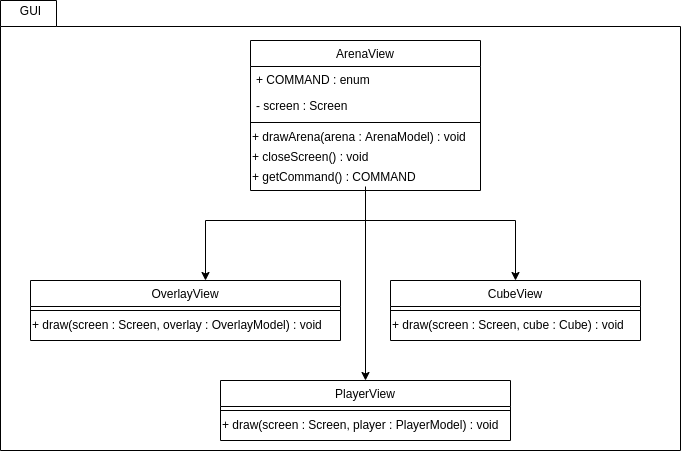
Earlier version of the draw.io export docs/media/gui_class.png (mdpcardoso/FEUP-LPOO). Source tidied: cells renumbered, new cells last; positions are measured from the earlier drawing's top-left corner, leaving out a move shared by most shapes.
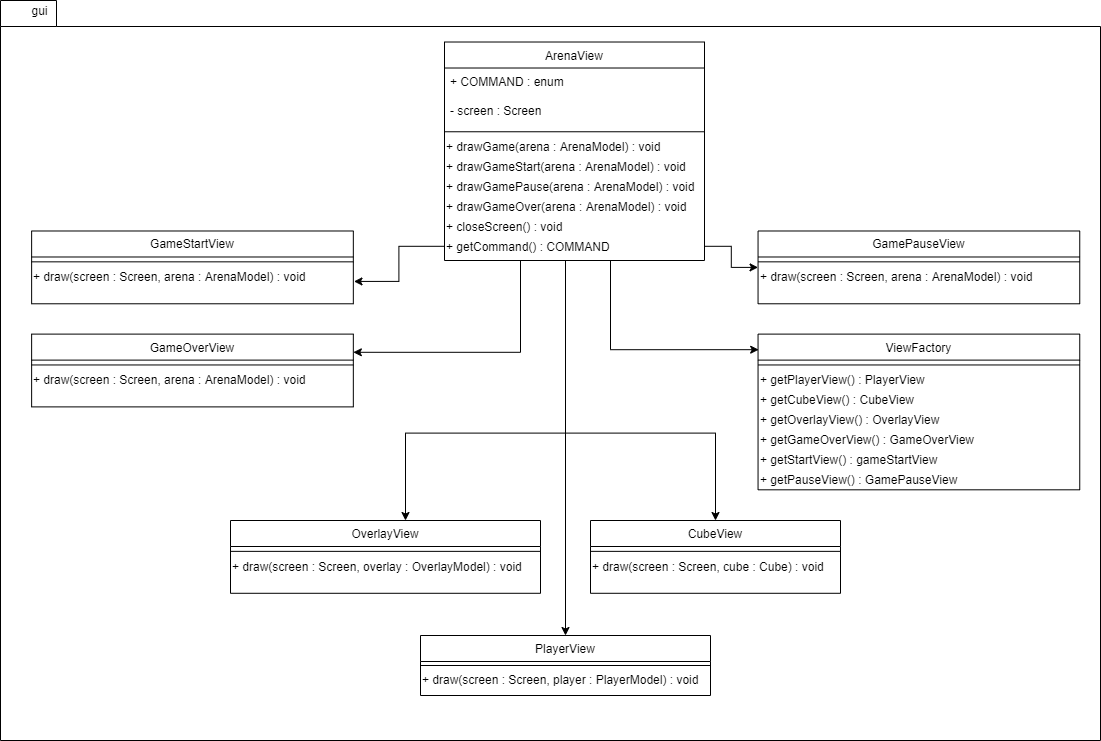
Later version of the same file.

Change to the diagram source:
```diff
@@ -1,42 +1,160 @@
 <mxGraphModel>
   <root>
-    <mxCell id="0" />
-    <mxCell id="1" parent="0" />
-    <mxCell id="2" style="shape=folder;fontStyle=1;spacingTop=10;tabWidth=56;tabHeight=26;tabPosition=left;html=1;" parent="1" vertex="1">
-      <mxGeometry width="680" height="450" as="geometry" />
-    </mxCell>
-    <mxCell id="3" value="GUI" style="text;html=1;align=center;verticalAlign=middle;" parent="2" vertex="1">
-      <mxGeometry x="10" width="40" height="20" as="geometry" />
-    </mxCell>
-    <mxCell id="4" style="edgeStyle=orthogonalEdgeStyle;rounded=0;jettySize=auto;html=1;" parent="1" edge="1" source="19" target="20">
-      <mxGeometry relative="1" as="geometry">
-        <Array as="points">
-          <mxPoint x="365" y="220" />
-          <mxPoint x="205" y="220" />
-        </Array>
-      </mxGeometry>
-    </mxCell>
+    <mxCell id="23" />
+    <mxCell id="24" parent="23" />
+    <mxCell id="25" style="shape=folder;fontStyle=1;spacingTop=10;tabWidth=56;tabHeight=26;tabPosition=left;html=1;" parent="24" vertex="1">
+      <mxGeometry x="-200" y="-255" width="1100" height="740" as="geometry" />
+    </mxCell>
+    <mxCell id="26" value="gui" style="text;html=1;align=center;verticalAlign=middle;" parent="25" vertex="1">
+      <mxGeometry x="24.3" width="30" height="20" as="geometry" />
+    </mxCell>
+    <mxCell id="13" value="ArenaView" style="swimlane;fontStyle=0;align=center;verticalAlign=top;horizontal=1;startSize=26;rounded=0;shadow=0;strokeWidth=1;" parent="25" vertex="1">
+      <mxGeometry x="444" y="41.5" width="260" height="218.5" as="geometry" />
+    </mxCell>
+    <mxCell id="14" value="+ COMMAND : enum" style="text;align=left;verticalAlign=top;spacingLeft=4;spacingRight=4;overflow=hidden;" parent="13" vertex="1">
+      <mxGeometry y="26" width="260" height="29.6" as="geometry" />
+    </mxCell>
+    <mxCell id="15" value="- screen : Screen" style="text;align=left;verticalAlign=top;spacingLeft=4;spacingRight=4;overflow=hidden;rounded=0;shadow=0;html=0;" parent="13" vertex="1">
+      <mxGeometry y="55.6" width="260" height="29.6" as="geometry" />
+    </mxCell>
+    <mxCell id="27" style="line;html=1;strokeWidth=1;align=left;verticalAlign=middle;spacingTop=-1;spacingLeft=3;spacingRight=3;labelPosition=right;" parent="13" vertex="1">
+      <mxGeometry y="85.2" width="260" height="9.1" as="geometry" />
+    </mxCell>
+    <mxCell id="28" value="+ drawGame(arena : ArenaModel) : void" style="text;html=1;align=left;verticalAlign=middle;" parent="13" vertex="1">
+      <mxGeometry y="94.3" width="260" height="20" as="geometry" />
+    </mxCell>
+    <mxCell id="29" value="+ drawGameStart(arena : ArenaModel) : void" style="text;html=1;align=left;verticalAlign=middle;" parent="13" vertex="1">
+      <mxGeometry y="114.3" width="260" height="20" as="geometry" />
+    </mxCell>
+    <mxCell id="30" value="+ drawGamePause(arena : ArenaModel) : void" style="text;html=1;align=left;verticalAlign=middle;" parent="13" vertex="1">
+      <mxGeometry y="134.3" width="260" height="20" as="geometry" />
+    </mxCell>
+    <mxCell id="31" value="+ drawGameOver(arena : ArenaModel) : void" style="text;html=1;align=left;verticalAlign=middle;" parent="13" vertex="1">
+      <mxGeometry y="154.3" width="260" height="20" as="geometry" />
+    </mxCell>
+    <mxCell id="18" value="+ closeScreen() : void" style="text;html=1;align=left;verticalAlign=middle;" parent="13" vertex="1">
+      <mxGeometry y="174.3" width="260" height="20" as="geometry" />
+    </mxCell>
+    <mxCell id="19" value="+ getCommand() : COMMAND" style="text;html=1;align=left;verticalAlign=middle;points=[];" parent="13" vertex="1">
+      <mxGeometry y="194.3" width="260" height="20" as="geometry" />
+    </mxCell>
+    <mxCell id="32" value="GamePauseView" style="swimlane;fontStyle=0;align=center;verticalAlign=top;horizontal=1;startSize=26;rounded=0;shadow=0;strokeWidth=1;" parent="25" vertex="1">
+      <mxGeometry x="757.5" y="230.5" width="321.7" height="72.8" as="geometry" />
+    </mxCell>
+    <mxCell id="33" style="line;html=1;strokeWidth=1;align=left;verticalAlign=middle;spacingTop=-1;spacingLeft=3;spacingRight=3;labelPosition=right;" parent="32" vertex="1">
+      <mxGeometry y="26" width="321.7" height="9.7" as="geometry" />
+    </mxCell>
+    <mxCell id="34" value="+ draw(screen : Screen, arena : ArenaModel) : void" style="text;html=1;align=left;verticalAlign=middle;" parent="32" vertex="1">
+      <mxGeometry y="35.7" width="321.7" height="20" as="geometry" />
+    </mxCell>
+    <mxCell id="35" value="GameStartView" style="swimlane;fontStyle=0;align=center;verticalAlign=top;horizontal=1;startSize=26;rounded=0;shadow=0;strokeWidth=1;" parent="25" vertex="1">
+      <mxGeometry x="31.1" y="230.5" width="321.7" height="72.8" as="geometry" />
+    </mxCell>
+    <mxCell id="36" style="line;html=1;strokeWidth=1;align=left;verticalAlign=middle;spacingTop=-1;spacingLeft=3;spacingRight=3;labelPosition=right;" parent="35" vertex="1">
+      <mxGeometry y="26" width="321.7" height="9.7" as="geometry" />
+    </mxCell>
+    <mxCell id="37" value="+ draw(screen : Screen, arena : ArenaModel) : void" style="text;html=1;align=left;verticalAlign=middle;points=[];" parent="35" vertex="1">
+      <mxGeometry y="35.7" width="321.7" height="20" as="geometry" />
+    </mxCell>
+    <mxCell id="38" value="ViewFactory" style="swimlane;fontStyle=0;align=center;verticalAlign=top;horizontal=1;startSize=26;rounded=0;shadow=0;strokeWidth=1;" parent="25" vertex="1">
+      <mxGeometry x="757.6" y="333.6" width="321.7" height="155.7" as="geometry" />
+    </mxCell>
+    <mxCell id="39" style="line;html=1;strokeWidth=1;align=left;verticalAlign=middle;spacingTop=-1;spacingLeft=3;spacingRight=3;labelPosition=right;" parent="38" vertex="1">
+      <mxGeometry y="26" width="321.7" height="9.7" as="geometry" />
+    </mxCell>
+    <mxCell id="40" value="+ getPlayerView() : PlayerView" style="text;html=1;align=left;verticalAlign=middle;" parent="38" vertex="1">
+      <mxGeometry y="35.7" width="321.7" height="20" as="geometry" />
+    </mxCell>
+    <mxCell id="41" value="+ getCubeView() : CubeView" style="text;html=1;align=left;verticalAlign=middle;" parent="38" vertex="1">
+      <mxGeometry y="55.7" width="321.7" height="20" as="geometry" />
+    </mxCell>
+    <mxCell id="42" value="+ getOverlayView() : OverlayView" style="text;html=1;align=left;verticalAlign=middle;" parent="38" vertex="1">
+      <mxGeometry y="75.7" width="321.7" height="20" as="geometry" />
+    </mxCell>
+    <mxCell id="43" value="+ getGameOverView() : GameOverView" style="text;html=1;align=left;verticalAlign=middle;" parent="38" vertex="1">
+      <mxGeometry y="95.7" width="321.7" height="20" as="geometry" />
+    </mxCell>
+    <mxCell id="44" value="+ getStartView() : gameStartView" style="text;html=1;align=left;verticalAlign=middle;" parent="38" vertex="1">
+      <mxGeometry y="115.7" width="321.7" height="20" as="geometry" />
+    </mxCell>
+    <mxCell id="45" value="+ getPauseView() : GamePauseView" style="text;html=1;align=left;verticalAlign=middle;" parent="38" vertex="1">
+      <mxGeometry y="135.7" width="321.7" height="20" as="geometry" />
+    </mxCell>
+    <mxCell id="46" value="GameOverView" style="swimlane;fontStyle=0;align=center;verticalAlign=top;horizontal=1;startSize=26;rounded=0;shadow=0;strokeWidth=1;" parent="25" vertex="1">
+      <mxGeometry x="31.1" y="333.6" width="321.7" height="72.8" as="geometry" />
+    </mxCell>
+    <mxCell id="47" style="line;html=1;strokeWidth=1;align=left;verticalAlign=middle;spacingTop=-1;spacingLeft=3;spacingRight=3;labelPosition=right;" parent="46" vertex="1">
+      <mxGeometry y="26" width="321.7" height="9.7" as="geometry" />
+    </mxCell>
+    <mxCell id="48" value="+ draw(screen : Screen, arena : ArenaModel) : void" style="text;html=1;align=left;verticalAlign=middle;" parent="46" vertex="1">
+      <mxGeometry y="35.7" width="321.7" height="20" as="geometry" />
+    </mxCell>
-    <mxCell id="5" style="edgeStyle=orthogonalEdgeStyle;rounded=0;jettySize=auto;html=1;" parent="1" edge="1" source="13" target="7">
+    <mxCell id="5" style="edgeStyle=orthogonalEdgeStyle;rounded=0;jettySize=auto;html=1;" parent="25" edge="1" source="13" target="7">
       <mxGeometry relative="1" as="geometry">
         <Array as="points">
-          <mxPoint x="365" y="220" />
-          <mxPoint x="515" y="220" />
+          <mxPoint x="565" y="432.6" />
+          <mxPoint x="715" y="432.6" />
         </Array>
       </mxGeometry>
     </mxCell>
-    <mxCell id="6" style="edgeStyle=orthogonalEdgeStyle;rounded=0;jettySize=auto;html=1;" parent="1" edge="1" source="13" target="10">
-      <mxGeometry relative="1" as="geometry" />
-    </mxCell>
+    <mxCell id="49" style="edgeStyle=orthogonalEdgeStyle;rounded=0;jettySize=auto;html=1;exitX=0.5;exitY=1;exitDx=0;exitDy=0;" parent="25" edge="1" source="13" target="20">
+      <mxGeometry relative="1" as="geometry">
+        <Array as="points">
+          <mxPoint x="565" y="432.6" />
+          <mxPoint x="405" y="432.6" />
+        </Array>
+      </mxGeometry>
+    </mxCell>
+    <mxCell id="20" value="OverlayView" style="swimlane;fontStyle=0;align=center;verticalAlign=top;horizontal=1;startSize=26;rounded=0;shadow=0;strokeWidth=1;" parent="25" vertex="1">
+      <mxGeometry x="230" y="520" width="310" height="72.8" as="geometry" />
+    </mxCell>
+    <mxCell id="50" style="line;html=1;strokeWidth=1;align=left;verticalAlign=middle;spacingTop=-1;spacingLeft=3;spacingRight=3;labelPosition=right;" parent="20" vertex="1">
+      <mxGeometry y="26" width="310" height="9.7" as="geometry" />
+    </mxCell>
+    <mxCell id="22" value="+ draw(screen : Screen, overlay : OverlayModel) : void" style="text;html=1;align=left;verticalAlign=middle;" parent="20" vertex="1">
+      <mxGeometry y="35.7" width="310" height="20" as="geometry" />
+    </mxCell>
-    <mxCell id="7" value="CubeView" style="swimlane;fontStyle=0;align=center;verticalAlign=top;horizontal=1;startSize=26;rounded=0;shadow=0;strokeWidth=1;" parent="1" vertex="1">
-      <mxGeometry x="390" y="280" width="250" height="60" as="geometry" />
+    <mxCell id="7" value="CubeView" style="swimlane;fontStyle=0;align=center;verticalAlign=top;horizontal=1;startSize=26;rounded=0;shadow=0;strokeWidth=1;" parent="25" vertex="1">
+      <mxGeometry x="590" y="520" width="250" height="72.8" as="geometry" />
     </mxCell>
-    <mxCell id="8" style="line;html=1;strokeWidth=1;align=left;verticalAlign=middle;spacingTop=-1;spacingLeft=3;spacingRight=3;labelPosition=right;" parent="7" vertex="1">
-      <mxGeometry y="26" width="250" height="8" as="geometry" />
-    </mxCell>
+    <mxCell id="51" style="line;html=1;strokeWidth=1;align=left;verticalAlign=middle;spacingTop=-1;spacingLeft=3;spacingRight=3;labelPosition=right;" parent="7" vertex="1">
+      <mxGeometry y="26" width="250" height="9.7" as="geometry" />
+    </mxCell>
     <mxCell id="9" value="+ draw(screen : Screen, cube : Cube) : void" style="text;html=1;align=left;verticalAlign=middle;" parent="7" vertex="1">
-      <mxGeometry y="34" width="250" height="20" as="geometry" />
+      <mxGeometry y="35.7" width="250" height="20" as="geometry" />
     </mxCell>
+    <mxCell id="52" style="edgeStyle=orthogonalEdgeStyle;rounded=0;jettySize=auto;html=1;entryX=0.002;entryY=0.1;entryDx=0;entryDy=0;entryPerimeter=0;" parent="25" edge="1" target="38">
+      <mxGeometry relative="1" as="geometry">
+        <mxPoint x="610" y="260" as="sourcePoint" />
+        <Array as="points">
+          <mxPoint x="610" y="349" />
+        </Array>
+      </mxGeometry>
+    </mxCell>
+    <mxCell id="53" style="edgeStyle=orthogonalEdgeStyle;rounded=0;jettySize=auto;html=1;entryX=1;entryY=0.25;entryDx=0;entryDy=0;" parent="25" edge="1" target="46">
+      <mxGeometry relative="1" as="geometry">
+        <mxPoint x="520" y="260" as="sourcePoint" />
+        <Array as="points">
+          <mxPoint x="520" y="352" />
+        </Array>
+      </mxGeometry>
+    </mxCell>
+    <mxCell id="54" style="edgeStyle=orthogonalEdgeStyle;rounded=0;jettySize=auto;html=1;" parent="25" edge="1" source="19" target="32">
+      <mxGeometry relative="1" as="geometry" />
+    </mxCell>
+    <mxCell id="55" style="edgeStyle=orthogonalEdgeStyle;rounded=0;jettySize=auto;html=1;entryX=1.002;entryY=0.737;entryDx=0;entryDy=0;entryPerimeter=0;" parent="25" edge="1" source="19" target="37">
+      <mxGeometry relative="1" as="geometry" />
+    </mxCell>
+    <mxCell id="56" style="edgeStyle=orthogonalEdgeStyle;rounded=0;jettySize=auto;html=1;" parent="24" edge="1" target="10">
+      <mxGeometry relative="1" as="geometry">
+        <mxPoint x="365" y="115" as="sourcePoint" />
+        <Array as="points">
+          <mxPoint x="365" y="135" />
+          <mxPoint x="365" y="135" />
+        </Array>
+      </mxGeometry>
+    </mxCell>
-    <mxCell id="10" value="PlayerView" style="swimlane;fontStyle=0;align=center;verticalAlign=top;horizontal=1;startSize=26;rounded=0;shadow=0;strokeWidth=1;" parent="1" vertex="1">
+    <mxCell id="10" value="PlayerView" style="swimlane;fontStyle=0;align=center;verticalAlign=top;horizontal=1;startSize=26;rounded=0;shadow=0;strokeWidth=1;" parent="24" vertex="1">
       <mxGeometry x="220" y="380" width="290" height="60" as="geometry" />
     </mxCell>
     <mxCell id="11" style="line;html=1;strokeWidth=1;align=left;verticalAlign=middle;spacingTop=-1;spacingLeft=3;spacingRight=3;labelPosition=right;" parent="10" vertex="1">
@@ -45,35 +163,5 @@
     <mxCell id="12" value="+ draw(screen : Screen, player : PlayerModel) : void" style="text;html=1;align=left;verticalAlign=middle;" parent="10" vertex="1">
       <mxGeometry y="34" width="290" height="20" as="geometry" />
     </mxCell>
-    <mxCell id="13" value="ArenaView" style="swimlane;fontStyle=0;align=center;verticalAlign=top;horizontal=1;startSize=26;rounded=0;shadow=0;strokeWidth=1;" parent="1" vertex="1">
-      <mxGeometry x="250" y="40" width="230" height="150" as="geometry" />
-    </mxCell>
-    <mxCell id="14" value="+ COMMAND : enum" style="text;align=left;verticalAlign=top;spacingLeft=4;spacingRight=4;overflow=hidden;" parent="13" vertex="1">
-      <mxGeometry y="26" width="230" height="26" as="geometry" />
-    </mxCell>
-    <mxCell id="15" value="- screen : Screen" style="text;align=left;verticalAlign=top;spacingLeft=4;spacingRight=4;overflow=hidden;rounded=0;shadow=0;html=0;" parent="13" vertex="1">
-      <mxGeometry y="52" width="230" height="26" as="geometry" />
-    </mxCell>
-    <mxCell id="16" style="line;html=1;strokeWidth=1;align=left;verticalAlign=middle;spacingTop=-1;spacingLeft=3;spacingRight=3;labelPosition=right;" parent="13" vertex="1">
-      <mxGeometry y="78" width="230" height="8" as="geometry" />
-    </mxCell>
-    <mxCell id="17" value="+ drawArena(arena : ArenaModel) : void" style="text;html=1;align=left;verticalAlign=middle;" parent="13" vertex="1">
-      <mxGeometry y="86" width="230" height="20" as="geometry" />
-    </mxCell>
-    <mxCell id="18" value="+ closeScreen() : void" style="text;html=1;align=left;verticalAlign=middle;" parent="13" vertex="1">
-      <mxGeometry y="106" width="230" height="20" as="geometry" />
-    </mxCell>
-    <mxCell id="19" value="+ getCommand() : COMMAND" style="text;html=1;align=left;verticalAlign=middle;points=[];" parent="13" vertex="1">
-      <mxGeometry y="126" width="230" height="20" as="geometry" />
-    </mxCell>
-    <mxCell id="20" value="OverlayView" style="swimlane;fontStyle=0;align=center;verticalAlign=top;horizontal=1;startSize=26;rounded=0;shadow=0;strokeWidth=1;" parent="1" vertex="1">
-      <mxGeometry x="30" y="280" width="310" height="60" as="geometry" />
-    </mxCell>
-    <mxCell id="21" style="line;html=1;strokeWidth=1;align=left;verticalAlign=middle;spacingTop=-1;spacingLeft=3;spacingRight=3;labelPosition=right;" parent="20" vertex="1">
-      <mxGeometry y="26" width="310" height="8" as="geometry" />
-    </mxCell>
-    <mxCell id="22" value="+ draw(screen : Screen, overlay : OverlayModel) : void" style="text;html=1;align=left;verticalAlign=middle;" parent="20" vertex="1">
-      <mxGeometry y="34" width="310" height="20" as="geometry" />
-    </mxCell>
   </root>
 </mxGraphModel>
```
